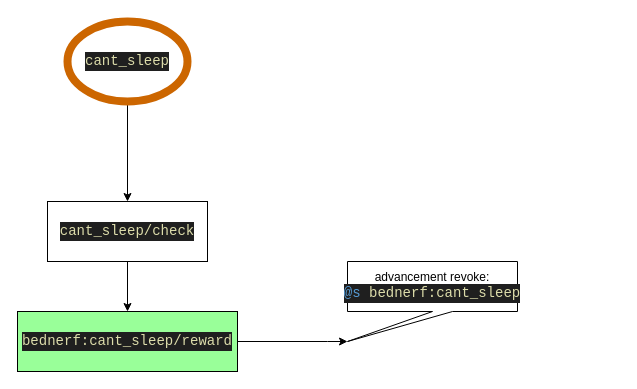
Above: page "cant_sleep" (3 of 4) of charts/chart.drawio in RADlTAN/bed-nerf (draw.io), before the change. Source tidied: cells renumbered, new cells numbered last; positions are measured from the earlier drawing's top-left corner, leaving out a move shared by most shapes. Both pictures are drawn from the tidied source at 100%, with x=0, y=0 at pixel (17, 21).
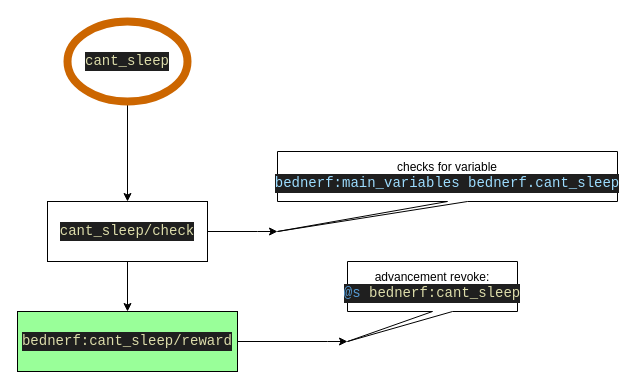
The same page after the edit.

What changed in the source:
```diff
@@
 <mxGraphModel>
   <root>
     <mxCell id="0" />
     <mxCell id="1" parent="0" />
     <mxCell id="2" style="edgeStyle=orthogonalEdgeStyle;rounded=0;jettySize=auto;html=1;exitX=0.5;exitY=1;exitDx=0;exitDy=0;" parent="1" edge="1" source="3" target="5">
       <mxGeometry relative="1" as="geometry" />
     </mxCell>
     <mxCell id="3" value="&lt;div style=&quot;color: rgb(204, 204, 204); background-color: rgb(31, 31, 31); font-family: Consolas, &amp;quot;Courier New&amp;quot;, monospace; font-size: 14px; line-height: 19px; white-space: pre;&quot;&gt;&lt;span style=&quot;color: #dcdcaa;&quot;&gt;cant_sleep&lt;/span&gt;&lt;/div&gt;" style="ellipse;whiteSpace=wrap;html=1;strokeColor=#CC6600;fillColor=#FFFFFF;strokeWidth=8;" parent="1" vertex="1">
       <mxGeometry x="50" width="120" height="80" as="geometry" />
     </mxCell>
     <mxCell id="4" style="edgeStyle=orthogonalEdgeStyle;rounded=0;jettySize=auto;html=1;exitX=0.5;exitY=1;exitDx=0;exitDy=0;entryX=0.5;entryY=0;entryDx=0;entryDy=0;" parent="1" edge="1" source="5" target="6">
       <mxGeometry relative="1" as="geometry" />
     </mxCell>
     <mxCell id="5" value="&lt;div style=&quot;color: rgb(204, 204, 204); background-color: rgb(31, 31, 31); font-family: Consolas, &amp;quot;Courier New&amp;quot;, monospace; font-size: 14px; line-height: 19px; white-space: pre;&quot;&gt;&lt;span style=&quot;color: #dcdcaa;&quot;&gt;cant_sleep/check&lt;/span&gt;&lt;/div&gt;" style="rounded=0;whiteSpace=wrap;html=1;" parent="1" vertex="1">
       <mxGeometry x="30" y="180" width="160" height="60" as="geometry" />
     </mxCell>
     <mxCell id="6" value="&lt;div style=&quot;color: rgb(204, 204, 204); background-color: rgb(31, 31, 31); font-family: Consolas, &amp;quot;Courier New&amp;quot;, monospace; font-size: 14px; line-height: 19px; white-space: pre;&quot;&gt;&lt;span style=&quot;color: #dcdcaa;&quot;&gt;bednerf:cant_sleep/reward&lt;/span&gt;&lt;/div&gt;" style="rounded=0;whiteSpace=wrap;html=1;fillColor=#99FF99;" parent="1" vertex="1">
       <mxGeometry y="290" width="220" height="60" as="geometry" />
     </mxCell>
     <mxCell id="7" value="advancement revoke:&lt;div&gt;&lt;div style=&quot;color: rgb(204, 204, 204); background-color: rgb(31, 31, 31); font-family: Consolas, &amp;quot;Courier New&amp;quot;, monospace; font-size: 14px; line-height: 19px; white-space: pre;&quot;&gt;&lt;div style=&quot;line-height: 19px;&quot;&gt;&lt;span style=&quot;color: #569cd6;&quot;&gt;@s&lt;/span&gt; &lt;span style=&quot;color: #dcdcaa;&quot;&gt;bednerf:cant_sleep&lt;/span&gt;&lt;/div&gt;&lt;/div&gt;&lt;/div&gt;" style="shape=callout;whiteSpace=wrap;html=1;perimeter=calloutPerimeter;position2=0;" parent="1" vertex="1">
       <mxGeometry x="330" y="240" width="170" height="80" as="geometry" />
     </mxCell>
     <mxCell id="8" style="edgeStyle=orthogonalEdgeStyle;rounded=0;jettySize=auto;html=1;exitX=1;exitY=0.5;exitDx=0;exitDy=0;entryX=0;entryY=0;entryDx=0;entryDy=80;entryPerimeter=0;" parent="1" edge="1" source="6" target="7">
       <mxGeometry relative="1" as="geometry">
         <Array as="points">
           <mxPoint x="310" y="320" />
           <mxPoint x="310" y="320" />
         </Array>
       </mxGeometry>
     </mxCell>
+    <mxCell id="9" value="checks for variable&lt;div&gt;&lt;div style=&quot;color: rgb(204, 204, 204); background-color: rgb(31, 31, 31); font-family: Consolas, &amp;quot;Courier New&amp;quot;, monospace; font-size: 14px; line-height: 19px; white-space: pre;&quot;&gt;&lt;span style=&quot;color: #9cdcfe;&quot;&gt;bednerf:main_variables&lt;/span&gt; &lt;span style=&quot;color: #9cdcfe;&quot;&gt;bednerf&lt;/span&gt;&lt;span style=&quot;color: #9cdcfe;&quot;&gt;.&lt;/span&gt;&lt;span style=&quot;color: #9cdcfe;&quot;&gt;cant_sleep&lt;/span&gt;&lt;/div&gt;&lt;/div&gt;" style="shape=callout;whiteSpace=wrap;html=1;perimeter=calloutPerimeter;position2=0;" parent="1" vertex="1">
+      <mxGeometry x="260" y="130" width="340" height="80" as="geometry" />
+    </mxCell>
+    <mxCell id="10" style="edgeStyle=orthogonalEdgeStyle;rounded=0;jettySize=auto;html=1;exitX=1;exitY=0.5;exitDx=0;exitDy=0;entryX=0;entryY=0;entryDx=0;entryDy=80;entryPerimeter=0;" parent="1" edge="1" source="5" target="9">
+      <mxGeometry relative="1" as="geometry">
+        <Array as="points">
+          <mxPoint x="240" y="210" />
+          <mxPoint x="240" y="210" />
+        </Array>
+      </mxGeometry>
+    </mxCell>
   </root>
 </mxGraphModel>
```
